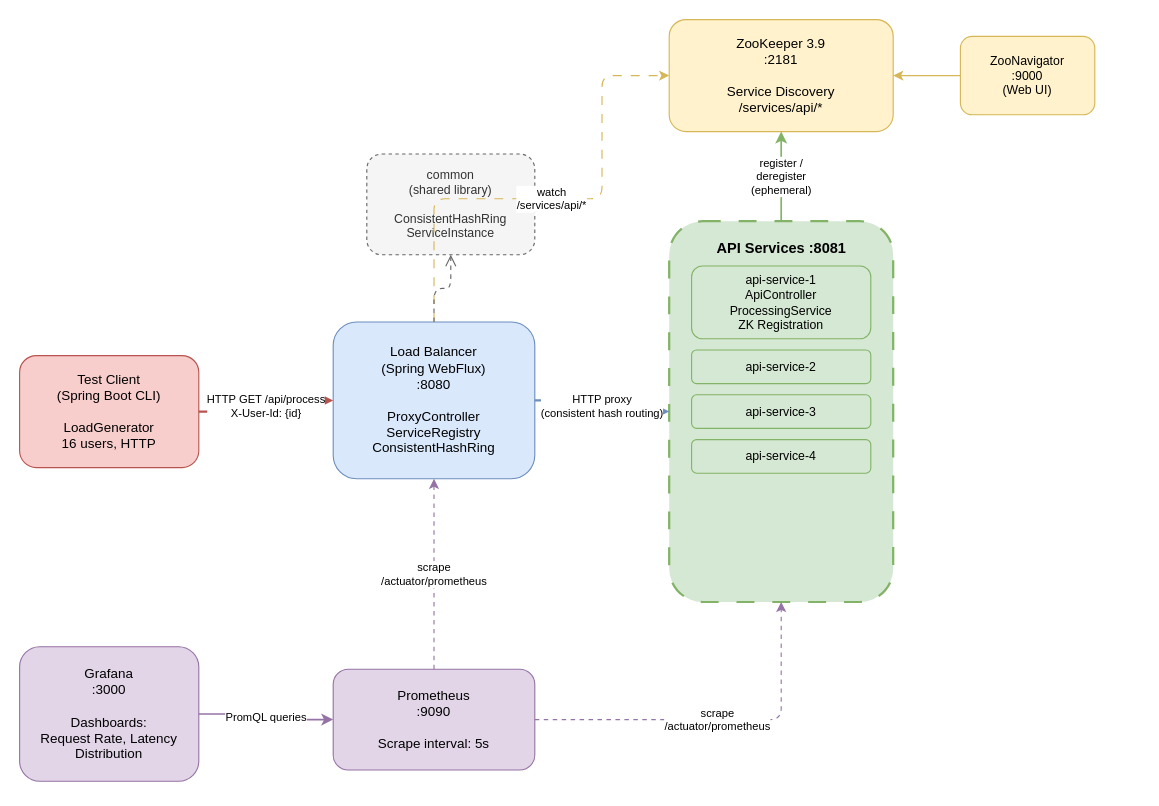
This is page "Components" (1 of 2) of docs/components.drawio from azastashkov/consistent-hashing, a draw.io file, before an edit. Source tidied: cells renumbered, new cells numbered last; positions are measured from the earlier drawing's top-left corner, leaving out a move shared by most shapes. Both pictures are drawn from the tidied source at 112%, with x=0, y=0 at pixel (19, 19).
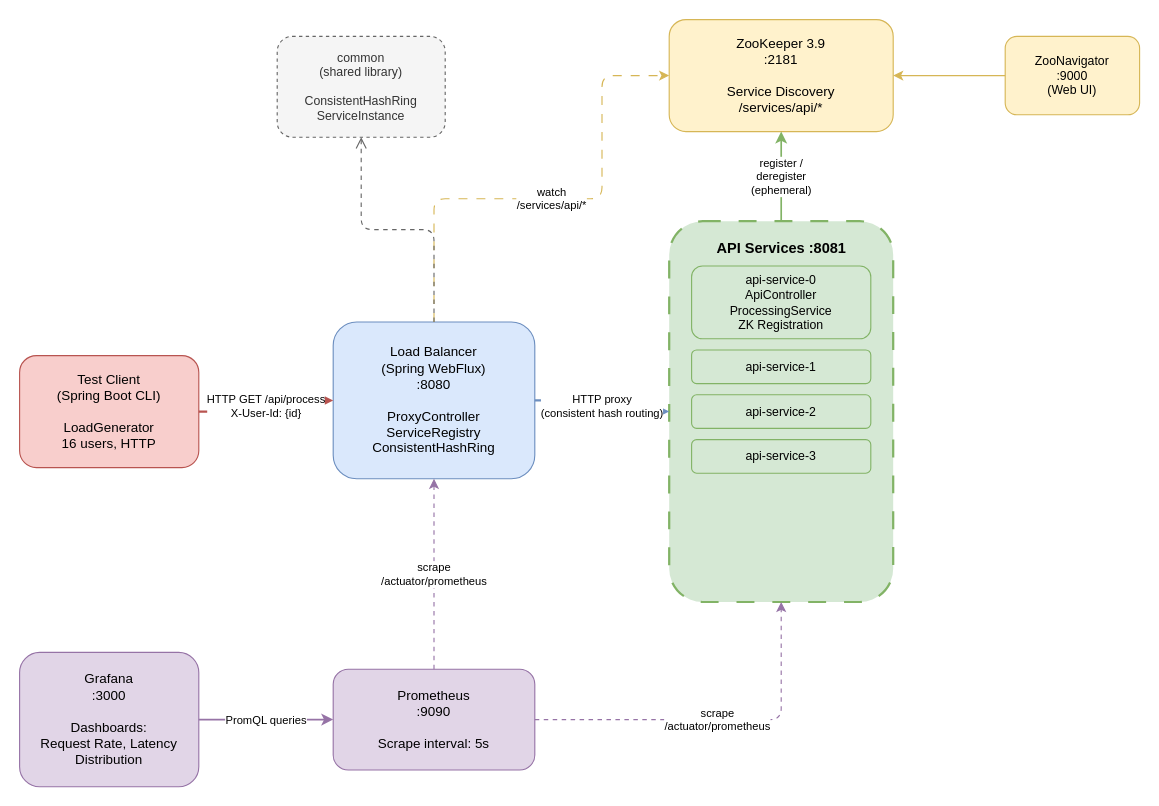
Above is the later version.

Diff of the diagram source:
```diff
@@
-    <mxCell id="6" value="api-service-1&#10;ApiController&#10;ProcessingService&#10;ZK Registration" style="rounded=1;whiteSpace=wrap;html=1;fillColor=#d5e8d4;strokeColor=#82b366;fontSize=11;" parent="1" vertex="1">
+    <mxCell id="6" value="api-service-0&lt;br&gt;ApiController&lt;br&gt;ProcessingService&lt;br&gt;ZK Registration" style="rounded=1;whiteSpace=wrap;html=1;fillColor=#d5e8d4;strokeColor=#82b366;fontSize=11;" parent="1" vertex="1">
       <mxGeometry x="600" y="220" width="160" height="65" as="geometry" />
     </mxCell>
-    <mxCell id="7" value="api-service-2" style="rounded=1;whiteSpace=wrap;html=1;fillColor=#d5e8d4;strokeColor=#82b366;fontSize=11;" parent="1" vertex="1">
+    <mxCell id="7" value="api-service-1" style="rounded=1;whiteSpace=wrap;html=1;fillColor=#d5e8d4;strokeColor=#82b366;fontSize=11;" parent="1" vertex="1">
       <mxGeometry x="600" y="295" width="160" height="30" as="geometry" />
     </mxCell>
-    <mxCell id="8" value="api-service-3" style="rounded=1;whiteSpace=wrap;html=1;fillColor=#d5e8d4;strokeColor=#82b366;fontSize=11;" parent="1" vertex="1">
+    <mxCell id="8" value="api-service-2" style="rounded=1;whiteSpace=wrap;html=1;fillColor=#d5e8d4;strokeColor=#82b366;fontSize=11;" parent="1" vertex="1">
       <mxGeometry x="600" y="335" width="160" height="30" as="geometry" />
     </mxCell>
-    <mxCell id="9" value="api-service-4" style="rounded=1;whiteSpace=wrap;html=1;fillColor=#d5e8d4;strokeColor=#82b366;fontSize=11;" parent="1" vertex="1">
+    <mxCell id="9" value="api-service-3" style="rounded=1;whiteSpace=wrap;html=1;fillColor=#d5e8d4;strokeColor=#82b366;fontSize=11;" parent="1" vertex="1">
       <mxGeometry x="600" y="375" width="160" height="30" as="geometry" />
     </mxCell>
@@
     <mxCell id="11" value="ZooNavigator&#10;:9000&#10;(Web UI)" style="rounded=1;whiteSpace=wrap;html=1;fillColor=#fff2cc;strokeColor=#d6b656;fontSize=11;" parent="1" vertex="1">
-      <mxGeometry x="840" y="15" width="120" height="70" as="geometry" />
+      <mxGeometry x="880" y="15" width="120" height="70" as="geometry" />
     </mxCell>
@@
     <mxCell id="13" value="Grafana&#10;:3000&#10;&#10;Dashboards:&#10;Request Rate, Latency&#10;Distribution" style="rounded=1;whiteSpace=wrap;html=1;fillColor=#e1d5e7;strokeColor=#9673a6;verticalAlign=middle;fontSize=12;" parent="1" vertex="1">
-      <mxGeometry y="560" width="160" height="120" as="geometry" />
+      <mxGeometry y="565" width="160" height="120" as="geometry" />
     </mxCell>
     <mxCell id="14" value="common&#10;(shared library)&#10;&#10;ConsistentHashRing&#10;ServiceInstance" style="rounded=1;whiteSpace=wrap;html=1;fillColor=#f5f5f5;strokeColor=#666666;fontColor=#333333;verticalAlign=middle;fontSize=11;dashed=1;" parent="1" vertex="1">
-      <mxGeometry x="310" y="120" width="150" height="90" as="geometry" />
+      <mxGeometry x="230" y="15" width="150" height="90" as="geometry" />
     </mxCell>
```
